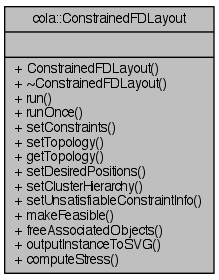
Earlier version of the Graphviz export documentation/classcola_1_1ConstrainedFDLayout__coll__graph.png (mjwybrow/adaptagrams). Its source is kept beside it as documentation/classcola_1_1ConstrainedFDLayout__coll__graph.dot.
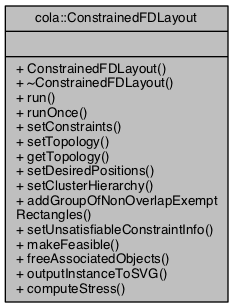
Above is the later version.

The edit, as a diff of the source:
```diff
@@ -2,5 +2,5 @@
 {
   edge [fontname="Helvetica",fontsize="10",labelfontname="Helvetica",labelfontsize="10"];
   node [fontname="Helvetica",fontsize="10",shape=record];
-  Node1 [label="{cola::ConstrainedFDLayout\n||+ ConstrainedFDLayout()\l+ ~ConstrainedFDLayout()\l+ run()\l+ runOnce()\l+ setConstraints()\l+ setTopology()\l+ getTopology()\l+ setDesiredPositions()\l+ setClusterHierarchy()\l+ setUnsatisfiableConstraintInfo()\l+ makeFeasible()\l+ freeAssociatedObjects()\l+ outputInstanceToSVG()\l+ computeStress()\l}",height=0.2,width=0.4,color="black", fillcolor="grey75", style="filled" fontcolor="black"];
+  Node1 [label="{cola::ConstrainedFDLayout\n||+ ConstrainedFDLayout()\l+ ~ConstrainedFDLayout()\l+ run()\l+ runOnce()\l+ setConstraints()\l+ setTopology()\l+ getTopology()\l+ setDesiredPositions()\l+ setClusterHierarchy()\l+ addGroupOfNonOverlapExempt\lRectangles()\l+ setUnsatisfiableConstraintInfo()\l+ makeFeasible()\l+ freeAssociatedObjects()\l+ outputInstanceToSVG()\l+ computeStress()\l}",height=0.2,width=0.4,color="black", fillcolor="grey75", style="filled", fontcolor="black"];
 }
```
